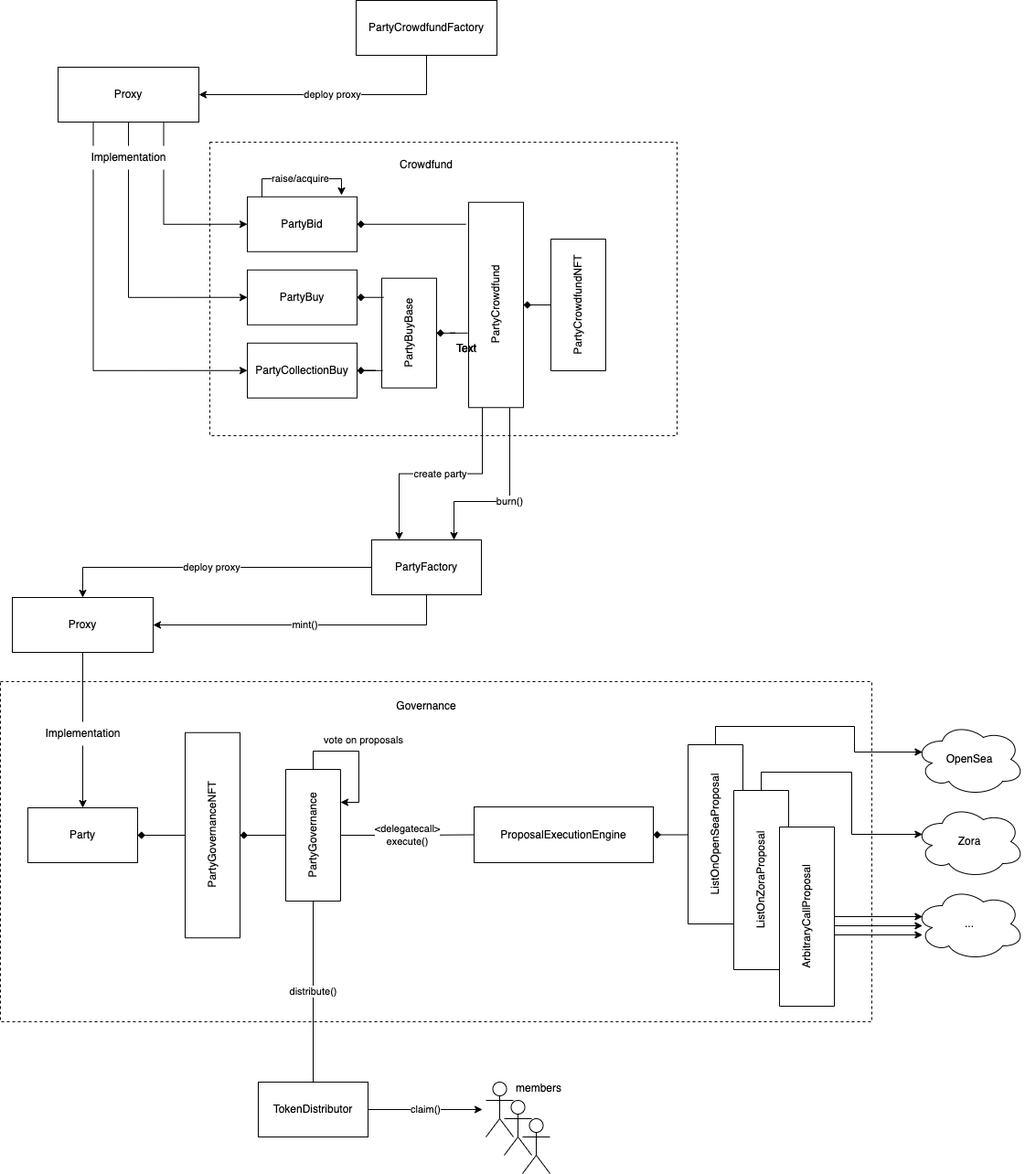
This is docs/contract-lifecycle.png from PartyDAO/party-protocol, a draw.io export, as it was before one commit. Source tidied: cells renumbered, new cells last; positions are measured from the earlier drawing's top-left corner, leaving out a move shared by most shapes.
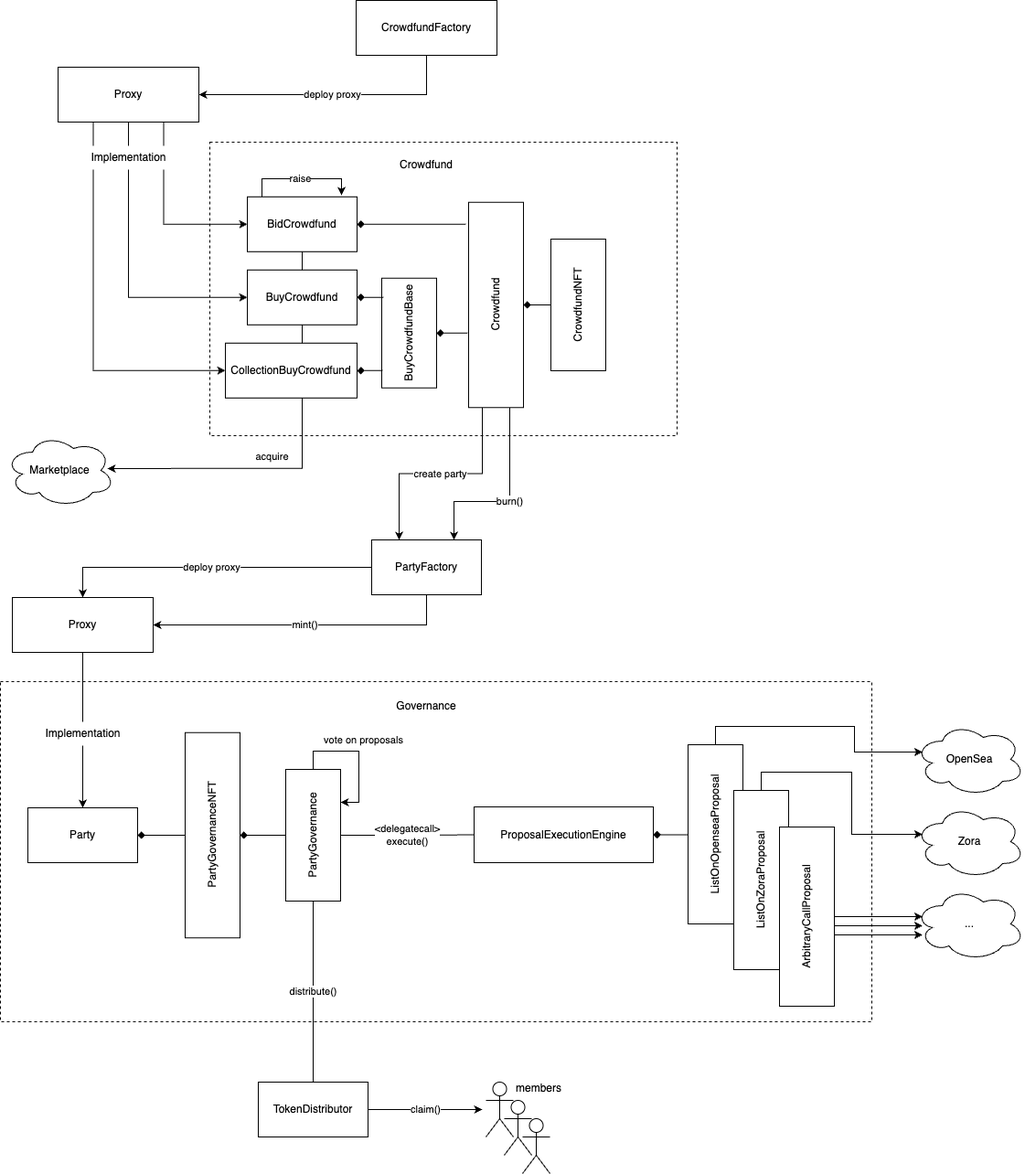
The same diagram one commit later.

What changed in the source:
```diff
@@ -22,25 +22,34 @@
     <mxCell id="6" style="group;" parent="1" vertex="1">
       <mxGeometry x="270" y="214.8" width="392" height="230.5" as="geometry" />
     </mxCell>
-    <mxCell id="7" value="PartyCrowdfund" style="rounded=0;whiteSpace=wrap;html=1;fillColor=default;rotation=-90;" parent="6" vertex="1">
+    <mxCell id="7" value="Crowdfund" style="rounded=0;whiteSpace=wrap;html=1;fillColor=default;rotation=-90;" parent="6" vertex="1">
       <mxGeometry x="159.8" y="88.2" width="224.5" height="60" as="geometry" />
     </mxCell>
     <mxCell id="8" style="edgeStyle=orthogonalEdgeStyle;rounded=0;jettySize=auto;html=1;entryX=0.893;entryY=-0.05;entryDx=0;entryDy=0;entryPerimeter=0;endArrow=none;endFill=0;startArrow=diamond;startFill=1;" parent="6" edge="1" source="9" target="7">
       <mxGeometry relative="1" as="geometry" />
     </mxCell>
+    <mxCell id="64" value="acquire" style="edgeStyle=orthogonalEdgeStyle;rounded=0;jettySize=auto;html=1;exitX=0.5;exitY=1;exitDx=0;exitDy=0;" parent="6" edge="1" source="9">
+      <mxGeometry x="0.2" y="-13" relative="1" as="geometry">
+        <mxPoint x="-153" y="297.2" as="targetPoint" />
+        <Array as="points">
+          <mxPoint x="60" y="297" />
+          <mxPoint x="-42" y="297" />
+        </Array>
+      </mxGeometry>
+    </mxCell>
-    <mxCell id="9" value="PartyBid" style="rounded=0;whiteSpace=wrap;html=1;" parent="6" vertex="1">
+    <mxCell id="9" value="BidCrowdfund" style="rounded=0;whiteSpace=wrap;html=1;" parent="6" vertex="1">
       <mxGeometry width="120" height="60" as="geometry" />
     </mxCell>
-    <mxCell id="10" value="PartyBuy" style="rounded=0;whiteSpace=wrap;html=1;" parent="6" vertex="1">
+    <mxCell id="10" value="BuyCrowdfund" style="rounded=0;whiteSpace=wrap;html=1;" parent="6" vertex="1">
       <mxGeometry y="80" width="120" height="60" as="geometry" />
     </mxCell>
-    <mxCell id="11" value="PartyCollectionBuy" style="rounded=0;whiteSpace=wrap;html=1;" parent="6" vertex="1">
-      <mxGeometry y="160" width="120" height="60" as="geometry" />
+    <mxCell id="11" value="CollectionBuyCrowdfund" style="rounded=0;whiteSpace=wrap;html=1;" parent="6" vertex="1">
+      <mxGeometry x="-24" y="160" width="144" height="60" as="geometry" />
     </mxCell>
     <mxCell id="12" style="edgeStyle=orthogonalEdgeStyle;rounded=0;jettySize=auto;html=1;entryX=0.363;entryY=-0.017;entryDx=0;entryDy=0;entryPerimeter=0;endArrow=none;endFill=0;startArrow=diamond;startFill=1;" parent="6" edge="1" source="13" target="7">
       <mxGeometry relative="1" as="geometry" />
     </mxCell>
-    <mxCell id="13" value="PartyBuyBase" style="rounded=0;whiteSpace=wrap;html=1;fillColor=default;rotation=-90;" parent="6" vertex="1">
+    <mxCell id="13" value="BuyCrowdfundBase" style="rounded=0;whiteSpace=wrap;html=1;fillColor=default;rotation=-90;" parent="6" vertex="1">
       <mxGeometry x="117" y="119" width="120" height="60" as="geometry" />
     </mxCell>
     <mxCell id="14" style="edgeStyle=orthogonalEdgeStyle;rounded=0;jettySize=auto;html=1;exitX=1;exitY=0.5;exitDx=0;exitDy=0;entryX=0.825;entryY=0.033;entryDx=0;entryDy=0;entryPerimeter=0;endArrow=none;endFill=0;startArrow=diamond;startFill=1;" parent="6" edge="1" source="10" target="13">
@@ -49,7 +58,7 @@
     <mxCell id="15" style="edgeStyle=orthogonalEdgeStyle;rounded=0;jettySize=auto;html=1;entryX=0.158;entryY=0.017;entryDx=0;entryDy=0;entryPerimeter=0;endArrow=none;endFill=0;startArrow=diamond;startFill=1;" parent="6" edge="1" source="11" target="13">
       <mxGeometry relative="1" as="geometry" />
     </mxCell>
-    <mxCell id="16" value="PartyCrowdfundNFT" style="rounded=0;whiteSpace=wrap;html=1;fillColor=default;rotation=-90;" parent="6" vertex="1">
+    <mxCell id="16" value="CrowdfundNFT" style="rounded=0;whiteSpace=wrap;html=1;fillColor=default;rotation=-90;" parent="6" vertex="1">
       <mxGeometry x="290" y="88.2" width="144" height="60" as="geometry" />
     </mxCell>
     <mxCell id="17" style="edgeStyle=orthogonalEdgeStyle;rounded=0;jettySize=auto;html=1;entryX=0.5;entryY=0;entryDx=0;entryDy=0;endArrow=none;endFill=0;startArrow=diamond;startFill=1;" parent="6" edge="1" source="7" target="16">
@@ -70,7 +79,7 @@
     <mxCell id="22" value="deploy proxy" style="edgeStyle=orthogonalEdgeStyle;rounded=0;jettySize=auto;html=1;entryX=1;entryY=0.5;entryDx=0;entryDy=0;startArrow=none;startFill=0;endArrow=classic;endFill=1;exitX=0.5;exitY=1;exitDx=0;exitDy=0;" parent="1" edge="1" source="23" target="56">
       <mxGeometry relative="1" as="geometry" />
     </mxCell>
-    <mxCell id="23" value="PartyCrowdfundFactory" style="rounded=0;whiteSpace=wrap;html=1;fillColor=default;" parent="1" vertex="1">
+    <mxCell id="23" value="CrowdfundFactory" style="rounded=0;whiteSpace=wrap;html=1;fillColor=default;" parent="1" vertex="1">
       <mxGeometry x="389" width="154" height="60" as="geometry" />
     </mxCell>
     <mxCell id="24" value="PartyGovernanceNFT" style="rounded=0;whiteSpace=wrap;html=1;fillColor=default;rotation=-90;" parent="1" vertex="1">
@@ -109,7 +118,7 @@
         </Array>
       </mxGeometry>
     </mxCell>
-    <mxCell id="34" value="ListOnOpenSeaProposal" style="rounded=0;whiteSpace=wrap;html=1;fillColor=default;rotation=-90;" parent="1" vertex="1">
+    <mxCell id="34" value="ListOnOpenseaProposal" style="rounded=0;whiteSpace=wrap;html=1;fillColor=default;rotation=-90;" parent="1" vertex="1">
       <mxGeometry x="684" y="882" width="196" height="60" as="geometry" />
     </mxCell>
     <mxCell id="35" style="edgeStyle=orthogonalEdgeStyle;rounded=0;jettySize=auto;html=1;entryX=0.07;entryY=0.4;entryDx=0;entryDy=0;entryPerimeter=0;endArrow=classic;endFill=1;exitX=1;exitY=0.5;exitDx=0;exitDy=0;" parent="1" edge="1" source="36" target="42">
@@ -149,7 +158,7 @@
     <mxCell id="45" style="shape=umlActor;verticalLabelPosition=bottom;verticalAlign=top;html=1;fillColor=default;" parent="1" vertex="1">
       <mxGeometry x="531" y="1183" width="30" height="60" as="geometry" />
     </mxCell>
-    <mxCell id="46" value="raise/acquire" style="edgeStyle=orthogonalEdgeStyle;rounded=0;jettySize=auto;html=1;endArrow=classic;endFill=1;" parent="1" edge="1" source="9">
+    <mxCell id="46" value="raise" style="edgeStyle=orthogonalEdgeStyle;rounded=0;jettySize=auto;html=1;endArrow=classic;endFill=1;" parent="1" edge="1" source="9">
       <mxGeometry relative="1" as="geometry">
         <mxPoint x="373" y="213" as="targetPoint" />
         <Array as="points">
@@ -204,20 +213,14 @@
     <mxCell id="58" value="Proxy" style="rounded=0;whiteSpace=wrap;html=1;fillColor=default;" parent="1" vertex="1">
       <mxGeometry x="13" y="653" width="154" height="60" as="geometry" />
     </mxCell>
-    <mxCell id="59" value="Text" style="text;html=1;strokeColor=none;fillColor=none;align=center;verticalAlign=middle;whiteSpace=wrap;rounded=0;" parent="1" vertex="1">
-      <mxGeometry x="480" y="366" width="60" height="30" as="geometry" />
-    </mxCell>
-    <mxCell id="60" value="Text" style="text;html=1;strokeColor=none;fillColor=none;align=center;verticalAlign=middle;whiteSpace=wrap;rounded=0;" parent="1" vertex="1">
-      <mxGeometry x="480" y="366" width="60" height="30" as="geometry" />
-    </mxCell>
-    <mxCell id="61" value="Text" style="text;html=1;strokeColor=none;fillColor=none;align=center;verticalAlign=middle;whiteSpace=wrap;rounded=0;" parent="1" vertex="1">
-      <mxGeometry x="480" y="366" width="60" height="30" as="geometry" />
-    </mxCell>
     <mxCell id="62" value="Implementation" style="text;html=1;align=center;verticalAlign=middle;strokeColor=none;fillColor=default;" parent="1" vertex="1">
       <mxGeometry x="90" y="159" width="100" height="26" as="geometry" />
     </mxCell>
     <mxCell id="63" value="Implementation" style="text;html=1;align=center;verticalAlign=middle;strokeColor=none;fillColor=default;" parent="1" vertex="1">
       <mxGeometry x="40" y="789" width="100" height="26" as="geometry" />
     </mxCell>
+    <mxCell id="65" value="Marketplace" style="ellipse;shape=cloud;whiteSpace=wrap;html=1;fillColor=default;" parent="1" vertex="1">
+      <mxGeometry x="5" y="474" width="120" height="80" as="geometry" />
+    </mxCell>
   </root>
 </mxGraphModel>
```
